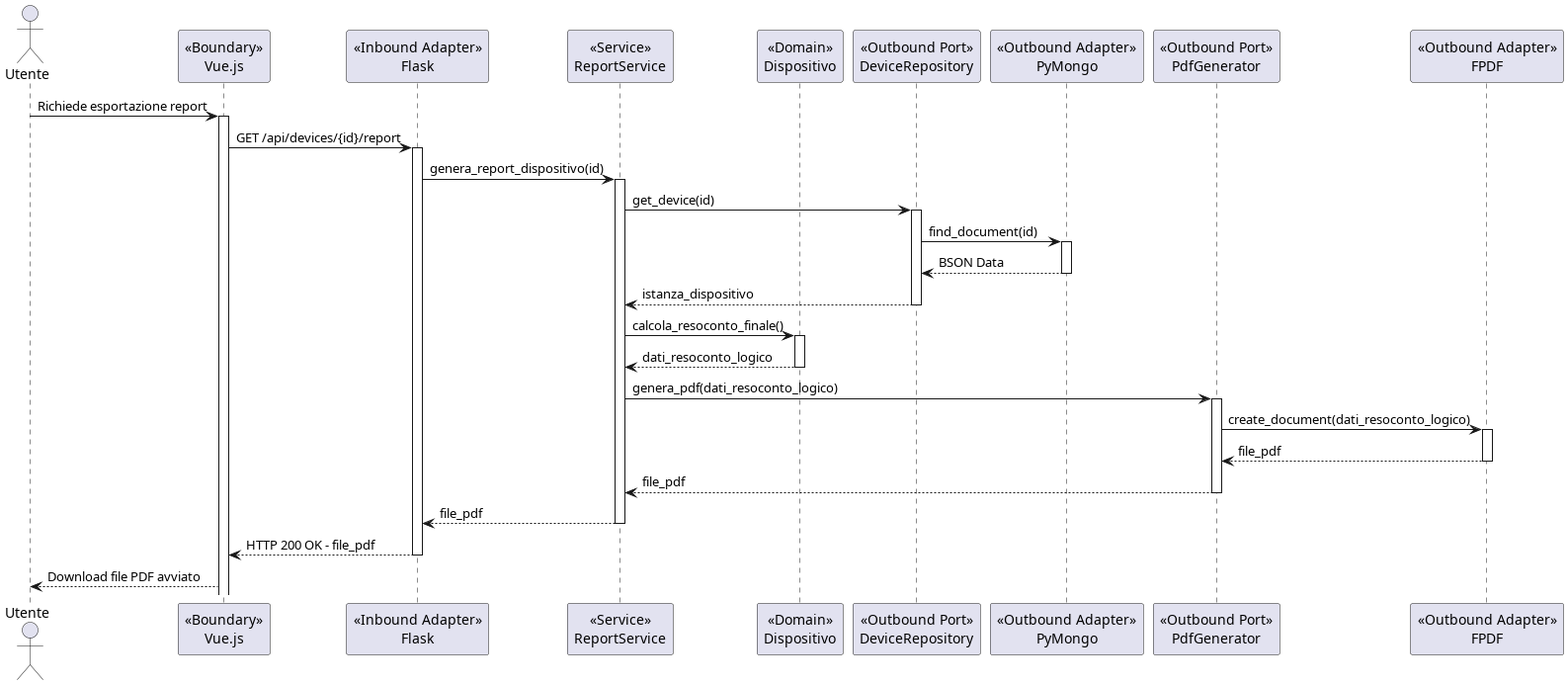
GroupRubberDuck/Documentazione keeps this PlantUML diagram as src/PB/DocumentazioneEsterna/Specifica_Tecnica/content/03-architettura/uml/png/Esportazione_report_uc30.png. Above is the earlier version. Source of this version:
```plantuml
@startuml Esportazione_report_uc30

actor "Utente" as utente
participant "<<Boundary>>\nVue.js" as vue
participant "<<Inbound Adapter>>\nFlask" as flask
participant "<<Service>>\nReportService" as service
participant "<<Domain>>\nDispositivo" as domain
participant "<<Outbound Port>>\nDeviceRepository" as repo_port
participant "<<Outbound Adapter>>\nPyMongo" as pymongo
participant "<<Outbound Port>>\nPdfGenerator" as pdf_port
participant "<<Outbound Adapter>>\nFPDF" as fpdf

utente -> vue: Richiede esportazione report
activate vue

vue -> flask: GET /api/devices/{id}/report
activate flask

flask -> service: genera_report_dispositivo(id)
activate service

service -> repo_port: get_device(id)
activate repo_port

repo_port -> pymongo: find_document(id)
activate pymongo

pymongo --> repo_port: BSON Data
deactivate pymongo

repo_port --> service: istanza_dispositivo
deactivate repo_port

service -> domain: calcola_resoconto_finale()
activate domain

domain --> service: dati_resoconto_logico
deactivate domain

service -> pdf_port: genera_pdf(dati_resoconto_logico)
activate pdf_port

pdf_port -> fpdf: create_document(dati_resoconto_logico)
activate fpdf

fpdf --> pdf_port: file_pdf
deactivate fpdf

pdf_port --> service: file_pdf
deactivate pdf_port

service --> flask: file_pdf
deactivate service

flask --> vue: HTTP 200 OK - file_pdf
deactivate flask

vue --> utente: Download file PDF avviato

@enduml
```
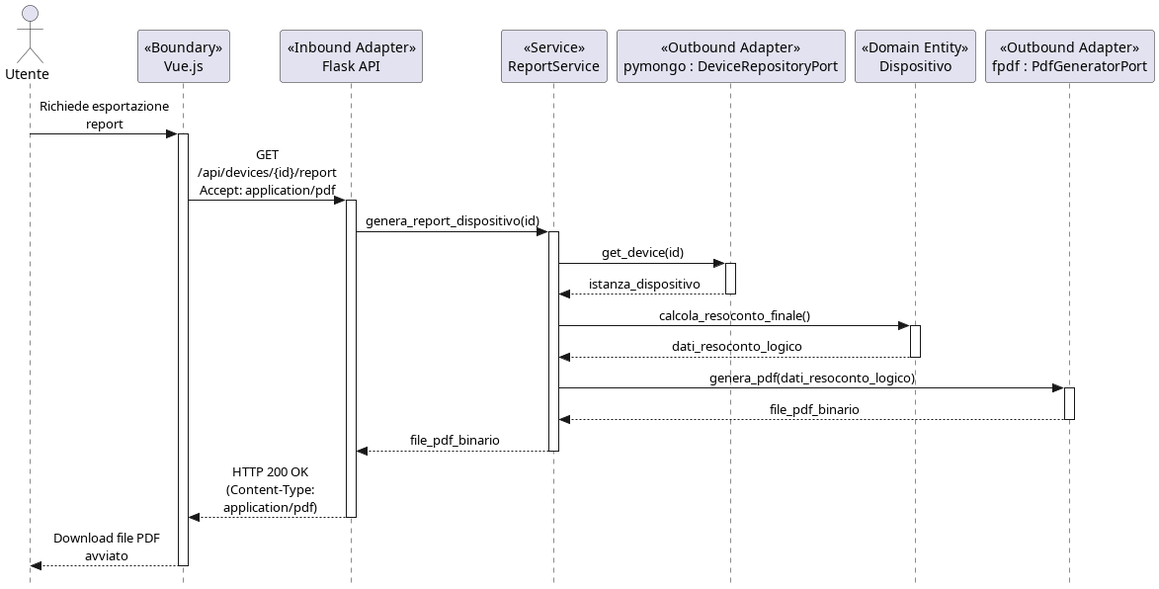
Later version of the same file.

Change to the diagram source:
```diff
@@ -1,60 +1,47 @@
 @startuml Esportazione_report_uc30
+skinparam style strictuml
+skinparam sequenceMessageAlign center
+skinparam maxMessageSize 150
 
 actor "Utente" as utente
 participant "<<Boundary>>\nVue.js" as vue
-participant "<<Inbound Adapter>>\nFlask" as flask
+participant "<<Inbound Adapter>>\nFlask API" as flask
 participant "<<Service>>\nReportService" as service
-participant "<<Domain>>\nDispositivo" as domain
-participant "<<Outbound Port>>\nDeviceRepository" as repo_port
-participant "<<Outbound Adapter>>\nPyMongo" as pymongo
-participant "<<Outbound Port>>\nPdfGenerator" as pdf_port
-participant "<<Outbound Adapter>>\nFPDF" as fpdf
+participant "<<Outbound Adapter>>\npymongo : DeviceRepositoryPort" as repo
+participant "<<Domain Entity>>\nDispositivo" as domain
+participant "<<Outbound Adapter>>\nfpdf : PdfGeneratorPort" as pdf
 
 utente -> vue: Richiede esportazione report
 activate vue
 
-vue -> flask: GET /api/devices/{id}/report
+vue -> flask: GET /api/devices/{id}/report\nAccept: application/pdf
 activate flask
 
 flask -> service: genera_report_dispositivo(id)
 activate service
 
-service -> repo_port: get_device(id)
-activate repo_port
-
-repo_port -> pymongo: find_document(id)
-activate pymongo
-
-pymongo --> repo_port: BSON Data
-deactivate pymongo
-
-repo_port --> service: istanza_dispositivo
-deactivate repo_port
+service -> repo: get_device(id)
+activate repo
+repo --> service: istanza_dispositivo
+deactivate repo
 
 service -> domain: calcola_resoconto_finale()
 activate domain
-
 domain --> service: dati_resoconto_logico
 deactivate domain
 
-service -> pdf_port: genera_pdf(dati_resoconto_logico)
-activate pdf_port
+service -> pdf: genera_pdf(dati_resoconto_logico)
+activate pdf
+pdf --> service: file_pdf_binario
+deactivate pdf
 
-pdf_port -> fpdf: create_document(dati_resoconto_logico)
-activate fpdf
-
-fpdf --> pdf_port: file_pdf
-deactivate fpdf
-
-pdf_port --> service: file_pdf
-deactivate pdf_port
-
-service --> flask: file_pdf
+service --> flask: file_pdf_binario
 deactivate service
 
-flask --> vue: HTTP 200 OK - file_pdf
+flask --> vue: HTTP 200 OK\n(Content-Type: application/pdf)
 deactivate flask
 
 vue --> utente: Download file PDF avviato
+deactivate vue
 
 @enduml
```
